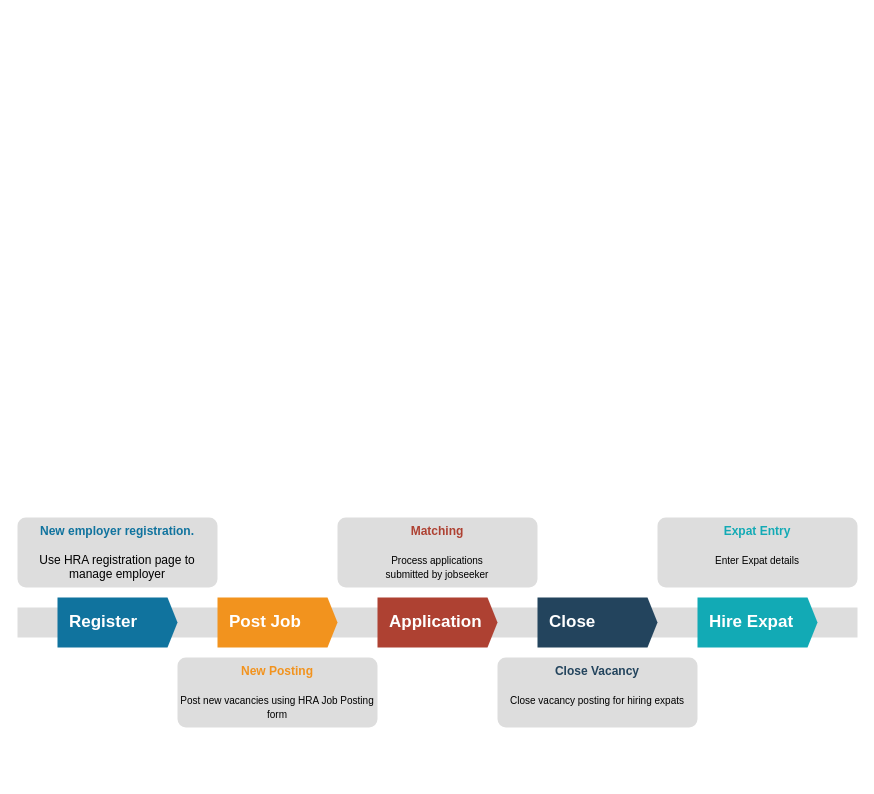
Adityacs001/snippet keeps this draw.io diagram as MOHRE_Proposal.drawio. Above is the earlier version. Source tidied: cells renumbered, new cells numbered last; positions are measured from the earlier drawing's top-left corner, leaving out a move shared by most shapes. Both pictures are drawn from the tidied source at 100%, with x=0, y=0 at pixel (17, 517).
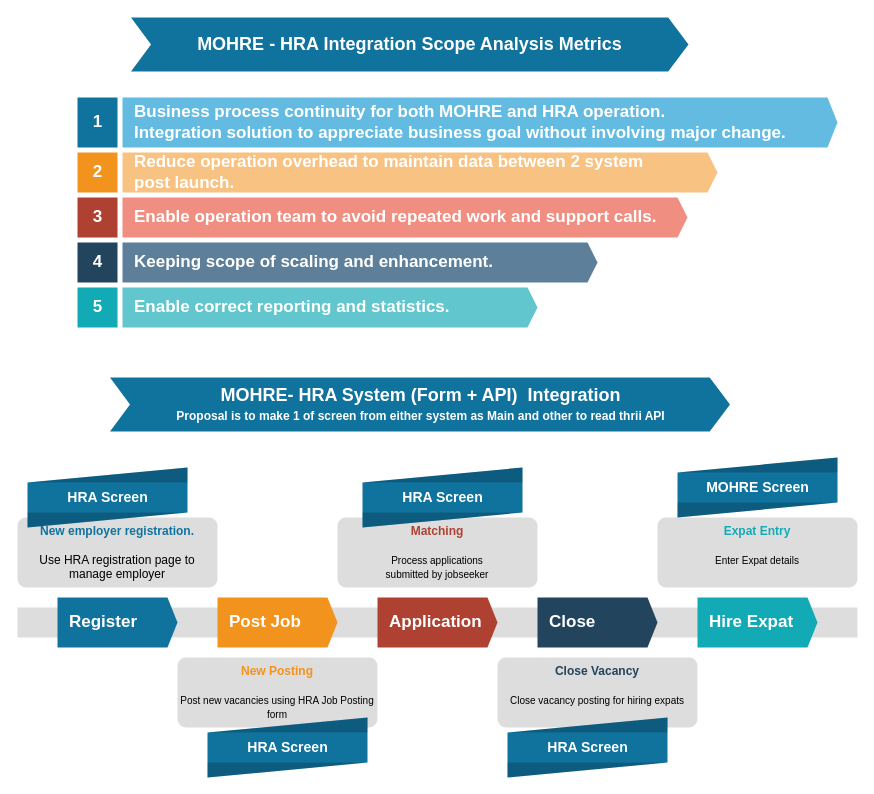
The same diagram, later.

Diff of the diagram source:
```diff
@@
+    <mxCell id="13" value="1" style="html=1;fillColor=#10739E;strokeColor=none;shadow=0;fontSize=17;fontColor=#FFFFFF;align=center;fontStyle=1;rounded=0;" parent="1" vertex="1">
+      <mxGeometry x="60" y="-420" width="40" height="50" as="geometry" />
+    </mxCell>
+    <mxCell id="14" value="Business process continuity for both MOHRE and HRA operation.&lt;br&gt;Integration solution to appreciate business goal without involving major change." style="shape=mxgraph.infographic.ribbonSimple;notch1=0;notch2=10;notch=0;html=1;fillColor=#64BBE2;strokeColor=none;shadow=0;fontSize=17;fontColor=#FFFFFF;align=left;spacingLeft=10;fontStyle=1;" parent="1" vertex="1">
+      <mxGeometry x="105" y="-420" width="715" height="50" as="geometry" />
+    </mxCell>
+    <mxCell id="15" value="2" style="html=1;fillColor=#F2931E;strokeColor=none;shadow=0;fontSize=17;fontColor=#FFFFFF;align=center;fontStyle=1;rounded=0;" parent="1" vertex="1">
+      <mxGeometry x="60" y="-365" width="40" height="40" as="geometry" />
+    </mxCell>
+    <mxCell id="16" value="Reduce operation overhead to maintain data between 2 system&lt;br&gt;post launch." style="shape=mxgraph.infographic.ribbonSimple;notch1=0;notch2=10;notch=0;html=1;fillColor=#F8C382;strokeColor=none;shadow=0;fontSize=17;fontColor=#FFFFFF;align=left;spacingLeft=10;fontStyle=1;" parent="1" vertex="1">
+      <mxGeometry x="105" y="-365" width="595" height="40" as="geometry" />
+    </mxCell>
+    <mxCell id="17" value="3" style="html=1;fillColor=#AE4132;strokeColor=none;shadow=0;fontSize=17;fontColor=#FFFFFF;align=center;fontStyle=1;rounded=0;" parent="1" vertex="1">
+      <mxGeometry x="60" y="-320" width="40" height="40" as="geometry" />
+    </mxCell>
+    <mxCell id="18" value="Enable operation team to avoid repeated work and support calls." style="shape=mxgraph.infographic.ribbonSimple;notch1=0;notch2=10;notch=0;html=1;fillColor=#F08E81;strokeColor=none;shadow=0;fontSize=17;fontColor=#FFFFFF;align=left;spacingLeft=10;fontStyle=1;" parent="1" vertex="1">
+      <mxGeometry x="105" y="-320" width="565" height="40" as="geometry" />
+    </mxCell>
+    <mxCell id="19" value="4" style="html=1;fillColor=#23445D;strokeColor=none;shadow=0;fontSize=17;fontColor=#FFFFFF;align=center;fontStyle=1;rounded=0;" parent="1" vertex="1">
+      <mxGeometry x="60" y="-275" width="40" height="40" as="geometry" />
+    </mxCell>
+    <mxCell id="20" value="Keeping scope of scaling and enhancement." style="shape=mxgraph.infographic.ribbonSimple;notch1=0;notch2=10;notch=0;html=1;fillColor=#5D7F99;strokeColor=none;shadow=0;fontSize=17;fontColor=#FFFFFF;align=left;spacingLeft=10;fontStyle=1;" parent="1" vertex="1">
+      <mxGeometry x="105" y="-275" width="475" height="40" as="geometry" />
+    </mxCell>
+    <mxCell id="21" value="5" style="html=1;fillColor=#12AAB5;strokeColor=none;shadow=0;fontSize=17;fontColor=#FFFFFF;align=center;fontStyle=1;rounded=0;" parent="1" vertex="1">
+      <mxGeometry x="60" y="-230" width="40" height="40" as="geometry" />
+    </mxCell>
+    <mxCell id="22" value="Enable correct reporting and statistics." style="shape=mxgraph.infographic.ribbonSimple;notch1=0;notch2=10;notch=0;html=1;fillColor=#61C6CE;strokeColor=none;shadow=0;fontSize=17;fontColor=#FFFFFF;align=left;spacingLeft=10;fontStyle=1;" parent="1" vertex="1">
+      <mxGeometry x="105" y="-230" width="415" height="40" as="geometry" />
+    </mxCell>
+    <mxCell id="23" value="HRA Screen" style="html=1;shape=mxgraph.infographic.ribbonRolled;dx=185;dy=15;fillColor=#10739E;strokeColor=none;align=center;verticalAlign=middle;fontColor=#ffffff;fontSize=14;fontStyle=1;" parent="1" vertex="1">
+      <mxGeometry x="10" y="-50" width="160" height="60" as="geometry" />
+    </mxCell>
+    <mxCell id="24" value="HRA Screen" style="html=1;shape=mxgraph.infographic.ribbonRolled;dx=185;dy=15;fillColor=#10739E;strokeColor=none;align=center;verticalAlign=middle;fontColor=#ffffff;fontSize=14;fontStyle=1;" parent="1" vertex="1">
+      <mxGeometry x="190" y="200" width="160" height="60" as="geometry" />
+    </mxCell>
+    <mxCell id="25" value="HRA Screen" style="html=1;shape=mxgraph.infographic.ribbonRolled;dx=185;dy=15;fillColor=#10739E;strokeColor=none;align=center;verticalAlign=middle;fontColor=#ffffff;fontSize=14;fontStyle=1;" parent="1" vertex="1">
+      <mxGeometry x="345" y="-50" width="160" height="60" as="geometry" />
+    </mxCell>
+    <mxCell id="26" value="HRA Screen" style="html=1;shape=mxgraph.infographic.ribbonRolled;dx=185;dy=15;fillColor=#10739E;strokeColor=none;align=center;verticalAlign=middle;fontColor=#ffffff;fontSize=14;fontStyle=1;" parent="1" vertex="1">
+      <mxGeometry x="490" y="200" width="160" height="60" as="geometry" />
+    </mxCell>
+    <mxCell id="27" value="MOHRE Screen" style="html=1;shape=mxgraph.infographic.ribbonRolled;dx=185;dy=15;fillColor=#10739E;strokeColor=none;align=center;verticalAlign=middle;fontColor=#ffffff;fontSize=14;fontStyle=1;" parent="1" vertex="1">
+      <mxGeometry x="660" y="-60" width="160" height="60" as="geometry" />
+    </mxCell>
+    <mxCell id="28" value="&lt;font style=&quot;font-size: 18px&quot;&gt;MOHRE- HRA System (Form + API)&amp;nbsp; Integration&lt;br&gt;&lt;/font&gt;&lt;font style=&quot;font-size: 12px&quot;&gt;Proposal is to make 1 of screen from either system as Main and other to read thrii API&lt;/font&gt;" style="html=1;shape=mxgraph.infographic.ribbonSimple;notch1=20;notch2=20.3;fillColor=#10739E;strokeColor=none;align=center;verticalAlign=middle;fontColor=#ffffff;fontSize=14;fontStyle=1;" parent="1" vertex="1">
+      <mxGeometry x="92.5" y="-140" width="620" height="54" as="geometry" />
+    </mxCell>
+    <mxCell id="29" value="&lt;span style=&quot;font-size: 18px&quot;&gt;MOHRE - HRA Integration Scope Analysis Metrics&lt;/span&gt;" style="html=1;shape=mxgraph.infographic.ribbonSimple;notch1=20;notch2=20.3;fillColor=#10739E;strokeColor=none;align=center;verticalAlign=middle;fontColor=#ffffff;fontSize=14;fontStyle=1;" parent="1" vertex="1">
+      <mxGeometry x="113.5" y="-500" width="557.5" height="54" as="geometry" />
+    </mxCell>
```
